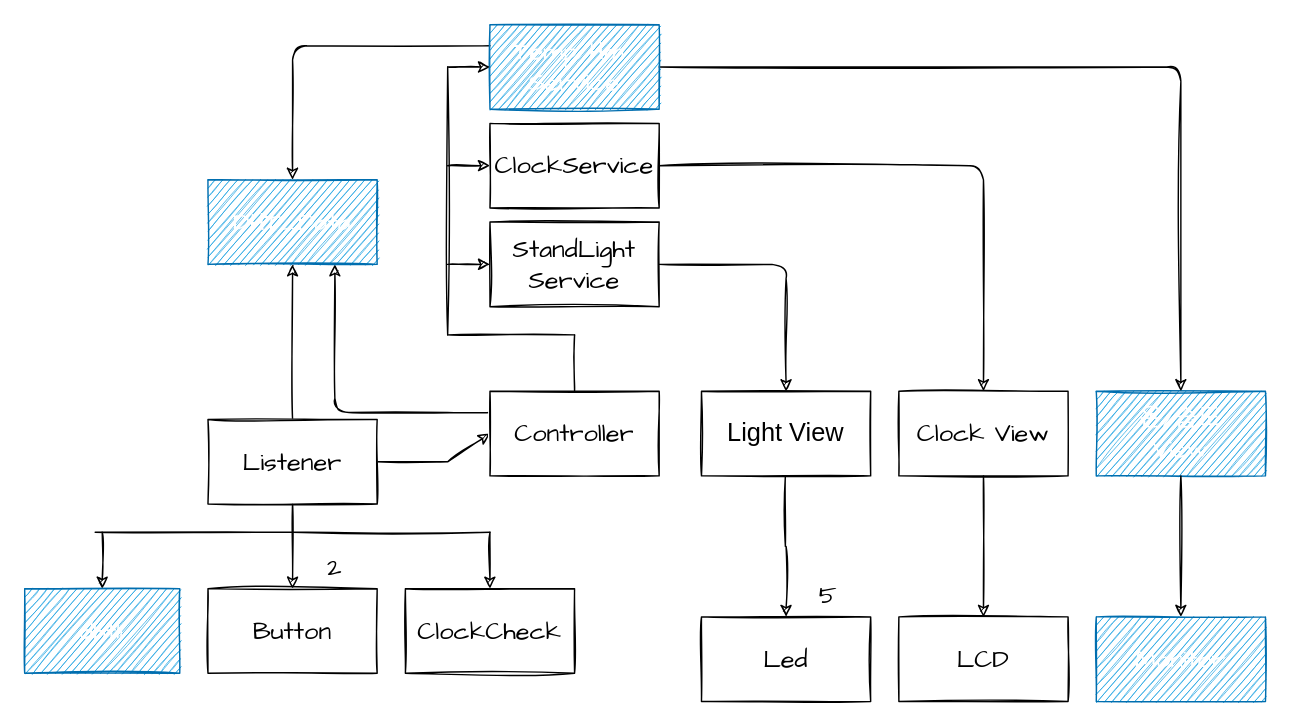
This is page "페이지-1" (1 of 2) of sw_design/architecture.drawio from Kang9609/StandLight_Clock_Temperature, a draw.io file, before an edit. Source tidied: cells renumbered, new cells numbered last; positions are measured from the earlier drawing's top-left corner, leaving out a move shared by most shapes. Both pictures are drawn from the tidied source at 141%, with x=0, y=0 at pixel (24, 24).
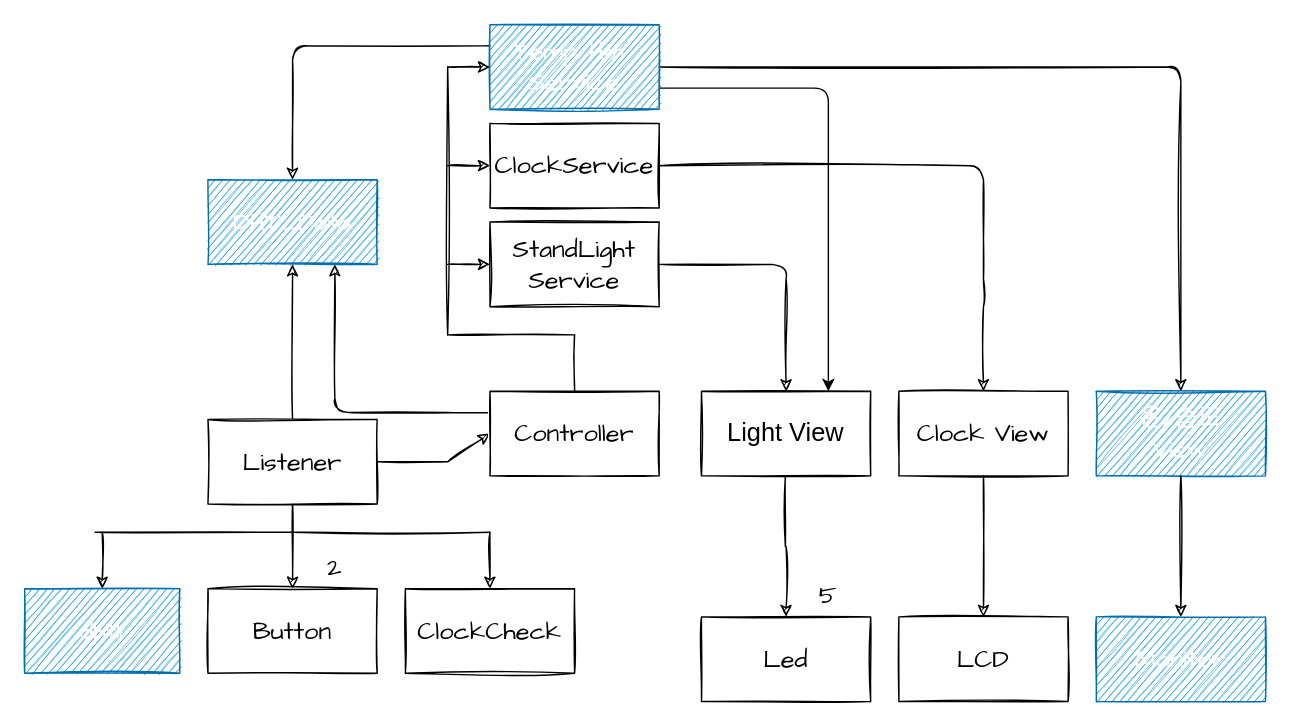
The same diagram, later.

Unchanged cells that the change refers to:
```xml
<mxCell id="10" value="Light View" style="whiteSpace=wrap;html=1;fontSize=18;rounded=0;sketch=1;" parent="1" vertex="1">
  <mxGeometry x="480" y="260" width="120" height="60" as="geometry" />
</mxCell>
<mxCell id="19" value="ClockService" style="rounded=0;whiteSpace=wrap;html=1;fontFamily=Comic Sans MS;fontSize=18;sketch=1;" parent="1" vertex="1">
  <mxGeometry x="330" y="70" width="120" height="60" as="geometry" />
</mxCell>
<mxCell id="20" value="Clock View" style="rounded=0;whiteSpace=wrap;html=1;fontFamily=Comic Sans MS;fontSize=18;sketch=1;" parent="1" vertex="1">
  <mxGeometry x="620" y="260" width="120" height="60" as="geometry" />
</mxCell>
<mxCell id="32" value="&lt;font face=&quot;Comic Sans MS&quot; style=&quot;font-size: 18px&quot;&gt;Temp/Hm&amp;nbsp;&lt;br&gt;Service&lt;br&gt;&lt;/font&gt;" style="rounded=0;whiteSpace=wrap;html=1;fillColor=#1ba1e2;fontColor=#ffffff;strokeColor=#006EAF;sketch=1;" parent="1" vertex="1">
  <mxGeometry x="330" width="120" height="60" as="geometry" />
</mxCell>
```

Change to the diagram source:
```diff
@@
     <mxCell id="18" style="edgeStyle=none;html=1;exitX=1;exitY=0.5;exitDx=0;exitDy=0;entryX=0.5;entryY=0;entryDx=0;entryDy=0;sketch=1;" parent="1" edge="1" source="19" target="20">
       <mxGeometry relative="1" as="geometry">
         <Array as="points">
           <mxPoint x="680" y="100" />
+          <mxPoint x="680" y="190" />
         </Array>
       </mxGeometry>
     </mxCell>
@@
+    <mxCell id="41" style="edgeStyle=none;html=1;exitX=1;exitY=0.75;exitDx=0;exitDy=0;entryX=0.75;entryY=0;entryDx=0;entryDy=0;" parent="1" edge="1" source="32" target="10">
+      <mxGeometry relative="1" as="geometry">
+        <Array as="points">
+          <mxPoint x="570" y="45" />
+        </Array>
+      </mxGeometry>
+    </mxCell>
```
